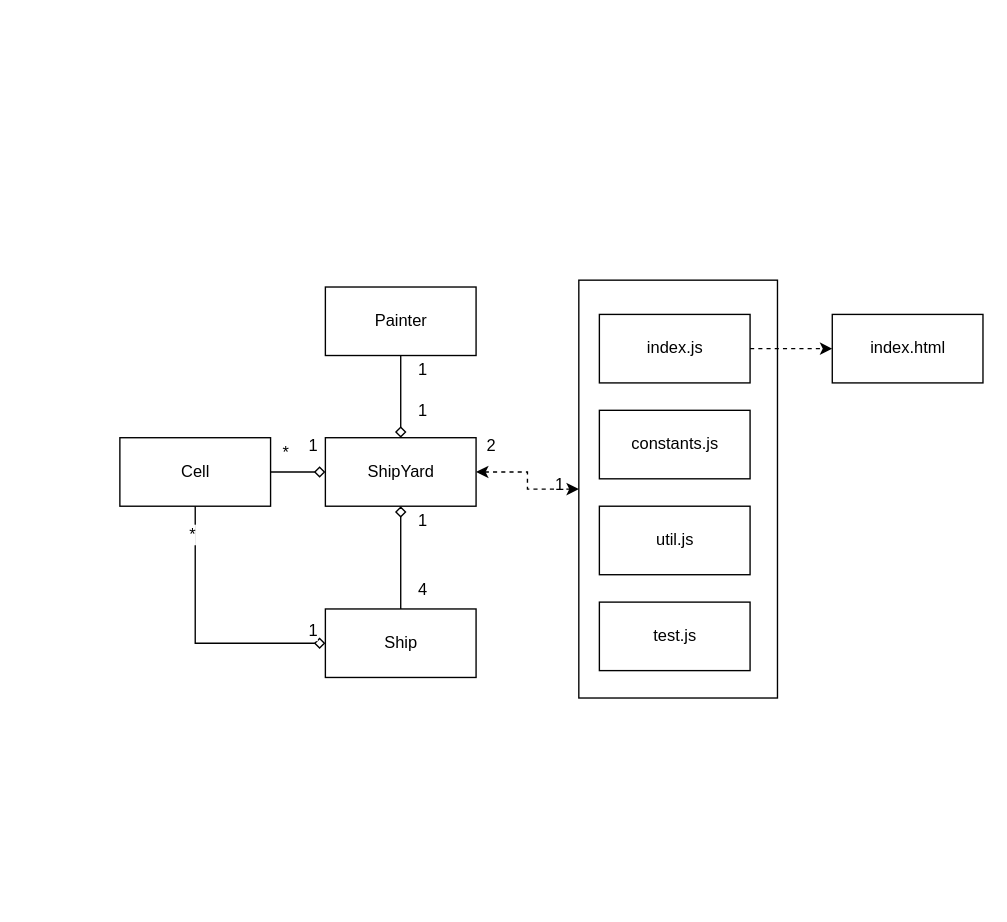
Before: diagram/Diagram.drawio.xml in oscarychen/battleshipJS, a draw.io diagram. Source tidied: cells renumbered, new cells numbered last; positions are measured from the earlier drawing's top-left corner, leaving out a move shared by most shapes. Both pictures are drawn from the tidied source at 137%, with x=0, y=0 at pixel (119, 279).
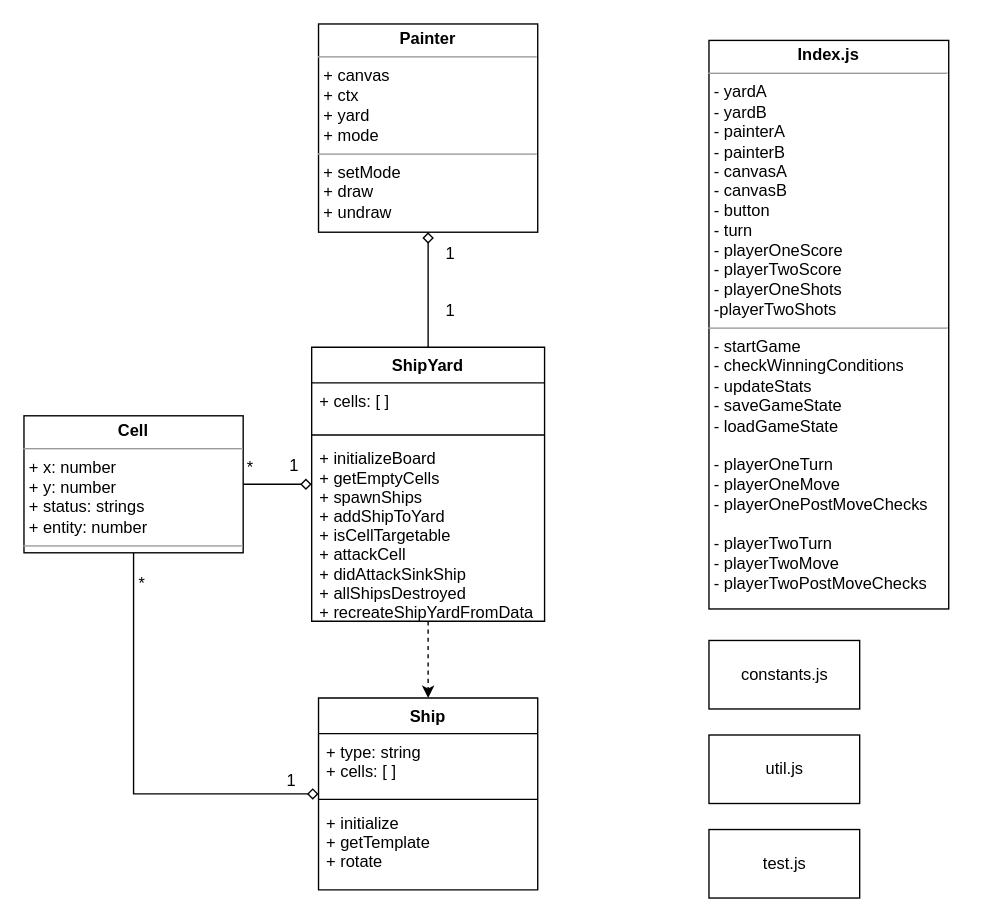
The same diagram, later.

What changed in the source:
```diff
@@
-    <mxCell id="2" style="html=1;" parent="1" vertex="1">
-      <mxGeometry x="335" width="145" height="305" as="geometry" />
-    </mxCell>
-    <mxCell id="3" style="edgeStyle=orthogonalEdgeStyle;rounded=0;jettySize=auto;html=1;exitX=0.5;exitY=0;exitDx=0;exitDy=0;entryX=0.5;entryY=1;entryDx=0;entryDy=0;endArrow=none;endFill=0;startArrow=diamond;startFill=0;" parent="1" edge="1" source="15" target="16">
+    <mxCell id="3" style="edgeStyle=orthogonalEdgeStyle;rounded=0;jettySize=auto;html=1;entryX=0.5;entryY=1;entryDx=0;entryDy=0;endArrow=diamond;endFill=0;startArrow=none;startFill=0;exitX=0.5;exitY=0;exitDx=0;exitDy=0;" parent="1" edge="1" source="15" target="35">
       <mxGeometry relative="1" as="geometry" />
     </mxCell>
@@
-    <mxCell id="6" style="edgeStyle=orthogonalEdgeStyle;rounded=0;jettySize=auto;html=1;entryX=0.5;entryY=0;entryDx=0;entryDy=0;startArrow=diamond;startFill=0;endArrow=none;endFill=0;" parent="1" edge="1" source="15" target="21">
-      <mxGeometry relative="1" as="geometry" />
-    </mxCell>
-    <mxCell id="7" value="1" style="text;html=1;align=center;verticalAlign=middle;labelBackgroundColor=#ffffff;" parent="6" vertex="1">
-      <mxGeometry x="-0.52" y="-1" relative="1" as="geometry">
-        <mxPoint x="16" y="-8" as="offset" />
-      </mxGeometry>
-    </mxCell>
-    <mxCell id="8" value="4" style="text;html=1;align=center;verticalAlign=middle;labelBackgroundColor=#ffffff;" parent="6" vertex="1">
-      <mxGeometry x="0.39" y="-1" relative="1" as="geometry">
-        <mxPoint x="16" y="8" as="offset" />
-      </mxGeometry>
-    </mxCell>
-    <mxCell id="9" style="edgeStyle=orthogonalEdgeStyle;rounded=0;jettySize=auto;html=1;exitX=0;exitY=0.5;exitDx=0;exitDy=0;entryX=1;entryY=0.5;entryDx=0;entryDy=0;startArrow=diamond;startFill=0;endArrow=none;endFill=0;" parent="1" edge="1" source="15" target="17">
+    <mxCell id="9" style="edgeStyle=orthogonalEdgeStyle;rounded=0;jettySize=auto;html=1;entryX=1;entryY=0.5;entryDx=0;entryDy=0;startArrow=diamond;startFill=0;endArrow=none;endFill=0;" parent="1" edge="1" source="15" target="31">
       <mxGeometry relative="1" as="geometry" />
     </mxCell>
     <mxCell id="10" value="1" style="text;html=1;align=center;verticalAlign=middle;labelBackgroundColor=#ffffff;" parent="9" vertex="1">
       <mxGeometry x="-0.15" relative="1" as="geometry">
-        <mxPoint x="7" y="-20" as="offset" />
+        <mxPoint x="7" y="-14" as="offset" />
       </mxGeometry>
     </mxCell>
     <mxCell id="11" value="*" style="text;html=1;align=center;verticalAlign=middle;labelBackgroundColor=#ffffff;" parent="9" vertex="1">
       <mxGeometry x="0.6" y="-2" relative="1" as="geometry">
-        <mxPoint x="2" y="-13" as="offset" />
+        <mxPoint x="-6" y="-11" as="offset" />
       </mxGeometry>
     </mxCell>
-    <mxCell id="12" style="edgeStyle=orthogonalEdgeStyle;rounded=0;jettySize=auto;html=1;exitX=1;exitY=0.5;exitDx=0;exitDy=0;entryX=0;entryY=0.5;entryDx=0;entryDy=0;startArrow=classic;startFill=1;endArrow=classic;endFill=1;dashed=1;" parent="1" edge="1" source="15" target="2">
-      <mxGeometry relative="1" as="geometry" />
-    </mxCell>
-    <mxCell id="13" value="1" style="text;html=1;align=center;verticalAlign=middle;labelBackgroundColor=#ffffff;" parent="12" vertex="1">
-      <mxGeometry x="0.66" y="3" relative="1" as="geometry" />
-    </mxCell>
-    <mxCell id="14" value="2" style="text;html=1;align=center;verticalAlign=middle;labelBackgroundColor=#ffffff;" parent="12" vertex="1">
-      <mxGeometry x="-0.7" relative="1" as="geometry">
-        <mxPoint x="-3" y="-20" as="offset" />
-      </mxGeometry>
-    </mxCell>
-    <mxCell id="15" value="ShipYard" style="html=1;" parent="1" vertex="1">
-      <mxGeometry x="150" y="115" width="110" height="50" as="geometry" />
-    </mxCell>
-    <mxCell id="16" value="Painter" style="html=1;" parent="1" vertex="1">
-      <mxGeometry x="150" y="5" width="110" height="50" as="geometry" />
-    </mxCell>
-    <mxCell id="17" value="Cell" style="html=1;" parent="1" vertex="1">
-      <mxGeometry y="115" width="110" height="50" as="geometry" />
-    </mxCell>
-    <mxCell id="18" style="edgeStyle=orthogonalEdgeStyle;rounded=0;jettySize=auto;html=1;startArrow=diamond;startFill=0;endArrow=none;endFill=0;" parent="1" edge="1" source="21" target="17">
-      <mxGeometry relative="1" as="geometry" />
+    <mxCell id="18" style="edgeStyle=orthogonalEdgeStyle;rounded=0;jettySize=auto;html=1;startArrow=diamond;startFill=0;endArrow=none;endFill=0;" parent="1" edge="1" source="21" target="31">
+      <mxGeometry relative="1" as="geometry">
+        <Array as="points">
+          <mxPoint x="10" y="375" />
+        </Array>
+      </mxGeometry>
     </mxCell>
+    <mxCell id="20" value="1" style="text;html=1;align=center;verticalAlign=middle;labelBackgroundColor=#ffffff;" parent="18" vertex="1">
+      <mxGeometry x="-0.81" relative="1" as="geometry">
+        <mxPoint x="9" y="-10" as="offset" />
+      </mxGeometry>
+    </mxCell>
     <mxCell id="19" value="*" style="text;html=1;align=center;verticalAlign=middle;labelBackgroundColor=#ffffff;" parent="18" vertex="1">
-      <mxGeometry x="0.79" y="3" relative="1" as="geometry" />
+      <mxGeometry x="0.84" y="-1" relative="1" as="geometry">
+        <mxPoint x="4" y="-3" as="offset" />
+      </mxGeometry>
     </mxCell>
-    <mxCell id="20" value="1" style="text;html=1;align=center;verticalAlign=middle;labelBackgroundColor=#ffffff;" parent="18" vertex="1">
-      <mxGeometry x="-0.81" relative="1" as="geometry">
-        <mxPoint x="9" y="-10" as="offset" />
-      </mxGeometry>
-    </mxCell>
-    <mxCell id="21" value="Ship" style="html=1;" parent="1" vertex="1">
-      <mxGeometry x="150" y="240" width="110" height="50" as="geometry" />
-    </mxCell>
-    <mxCell id="22" style="edgeStyle=orthogonalEdgeStyle;rounded=0;jettySize=auto;html=1;exitX=1;exitY=0.5;exitDx=0;exitDy=0;entryX=0;entryY=0.5;entryDx=0;entryDy=0;dashed=1;startArrow=none;startFill=0;endArrow=classic;endFill=1;" parent="1" edge="1" source="23" target="27">
-      <mxGeometry relative="1" as="geometry" />
-    </mxCell>
-    <mxCell id="23" value="index.js" style="html=1;" parent="1" vertex="1">
-      <mxGeometry x="350" y="25" width="110" height="50" as="geometry" />
-    </mxCell>
     <mxCell id="24" value="constants.js" style="html=1;" parent="1" vertex="1">
-      <mxGeometry x="350" y="95" width="110" height="50" as="geometry" />
+      <mxGeometry x="430" y="263" width="110" height="50" as="geometry" />
     </mxCell>
     <mxCell id="25" value="util.js" style="html=1;" parent="1" vertex="1">
-      <mxGeometry x="350" y="165" width="110" height="50" as="geometry" />
+      <mxGeometry x="430" y="332" width="110" height="50" as="geometry" />
     </mxCell>
     <mxCell id="26" value="test.js" style="html=1;" parent="1" vertex="1">
-      <mxGeometry x="350" y="235" width="110" height="50" as="geometry" />
+      <mxGeometry x="430" y="401" width="110" height="50" as="geometry" />
     </mxCell>
-    <mxCell id="27" value="index.html" style="html=1;" parent="1" vertex="1">
-      <mxGeometry x="520" y="25" width="110" height="50" as="geometry" />
-    </mxCell>
+    <mxCell id="6" style="edgeStyle=orthogonalEdgeStyle;rounded=0;jettySize=auto;html=1;entryX=0.5;entryY=0;entryDx=0;entryDy=0;dashed=1;" parent="1" edge="1" source="15" target="21">
+      <mxGeometry relative="1" as="geometry" />
+    </mxCell>
+    <mxCell id="15" value="ShipYard" style="swimlane;fontStyle=1;align=center;verticalAlign=top;horizontal=1;startSize=26;" parent="1" vertex="1">
+      <mxGeometry x="140" y="49" width="170" height="200" as="geometry" />
+    </mxCell>
+    <mxCell id="28" value="+ cells: [ ]" style="text;strokeColor=none;fillColor=none;align=left;verticalAlign=top;spacingLeft=4;spacingRight=4;overflow=hidden;" parent="15" vertex="1">
+      <mxGeometry y="26" width="170" height="34" as="geometry" />
+    </mxCell>
+    <mxCell id="29" style="line;strokeWidth=1;fillColor=none;align=left;verticalAlign=middle;spacingTop=-1;spacingLeft=3;spacingRight=3;labelPosition=right;" parent="15" vertex="1">
+      <mxGeometry y="60" width="170" height="8" as="geometry" />
+    </mxCell>
+    <mxCell id="30" value="+ initializeBoard&#10;+ getEmptyCells&#10;+ spawnShips&#10;+ addShipToYard&#10;+ isCellTargetable&#10;+ attackCell&#10;+ didAttackSinkShip&#10;+ allShipsDestroyed&#10;+ recreateShipYardFromData" style="text;strokeColor=none;fillColor=none;align=left;verticalAlign=top;spacingLeft=4;spacingRight=4;overflow=hidden;" parent="15" vertex="1">
+      <mxGeometry y="68" width="170" height="132" as="geometry" />
+    </mxCell>
+    <mxCell id="31" value="&lt;p style=&quot;margin: 0px ; margin-top: 4px ; text-align: center&quot;&gt;&lt;b&gt;Cell&lt;/b&gt;&lt;/p&gt;&lt;hr size=&quot;1&quot;&gt;&lt;p style=&quot;margin: 0px ; margin-left: 4px&quot;&gt;+ x: number&lt;/p&gt;&lt;p style=&quot;margin: 0px ; margin-left: 4px&quot;&gt;+ y: number&lt;/p&gt;&lt;p style=&quot;margin: 0px ; margin-left: 4px&quot;&gt;+ status: strings&lt;/p&gt;&lt;p style=&quot;margin: 0px ; margin-left: 4px&quot;&gt;+ entity: number&lt;/p&gt;&lt;hr size=&quot;1&quot;&gt;&lt;p style=&quot;margin: 0px ; margin-left: 4px&quot;&gt;&lt;br&gt;&lt;/p&gt;" style="verticalAlign=top;align=left;overflow=fill;fontSize=12;fontFamily=Helvetica;html=1;" parent="1" vertex="1">
+      <mxGeometry x="-70" y="99" width="160" height="100" as="geometry" />
+    </mxCell>
+    <mxCell id="21" value="Ship" style="swimlane;fontStyle=1;align=center;verticalAlign=top;horizontal=1;startSize=26;" parent="1" vertex="1">
+      <mxGeometry x="145" y="305" width="160" height="140" as="geometry" />
+    </mxCell>
+    <mxCell id="32" value="+ type: string&#10;+ cells: [ ]" style="text;strokeColor=none;fillColor=none;align=left;verticalAlign=top;spacingLeft=4;spacingRight=4;overflow=hidden;" parent="21" vertex="1">
+      <mxGeometry y="26" width="160" height="44" as="geometry" />
+    </mxCell>
+    <mxCell id="33" style="line;strokeWidth=1;fillColor=none;align=left;verticalAlign=middle;spacingTop=-1;spacingLeft=3;spacingRight=3;labelPosition=right;" parent="21" vertex="1">
+      <mxGeometry y="70" width="160" height="8" as="geometry" />
+    </mxCell>
+    <mxCell id="34" value="+ initialize&#10;+ getTemplate&#10;+ rotate" style="text;strokeColor=none;fillColor=none;align=left;verticalAlign=top;spacingLeft=4;spacingRight=4;overflow=hidden;" parent="21" vertex="1">
+      <mxGeometry y="78" width="160" height="62" as="geometry" />
+    </mxCell>
+    <mxCell id="35" value="&lt;p style=&quot;margin: 0px ; margin-top: 4px ; text-align: center&quot;&gt;&lt;b&gt;Painter&lt;/b&gt;&lt;/p&gt;&lt;hr size=&quot;1&quot;&gt;&lt;p style=&quot;margin: 0px ; margin-left: 4px&quot;&gt;+ canvas&lt;/p&gt;&lt;p style=&quot;margin: 0px ; margin-left: 4px&quot;&gt;+ ctx&lt;/p&gt;&lt;p style=&quot;margin: 0px ; margin-left: 4px&quot;&gt;+ yard&lt;/p&gt;&lt;p style=&quot;margin: 0px ; margin-left: 4px&quot;&gt;+ mode&lt;/p&gt;&lt;hr size=&quot;1&quot;&gt;&lt;p style=&quot;margin: 0px ; margin-left: 4px&quot;&gt;+ setMode&lt;/p&gt;&lt;p style=&quot;margin: 0px ; margin-left: 4px&quot;&gt;+ draw&lt;/p&gt;&lt;p style=&quot;margin: 0px ; margin-left: 4px&quot;&gt;+ undraw&lt;/p&gt;" style="verticalAlign=top;align=left;overflow=fill;fontSize=12;fontFamily=Helvetica;html=1;" parent="1" vertex="1">
+      <mxGeometry x="145" y="-187" width="160" height="152" as="geometry" />
+    </mxCell>
+    <mxCell id="36" value="&lt;p style=&quot;margin: 0px ; margin-top: 4px ; text-align: center&quot;&gt;&lt;b&gt;Index.js&lt;/b&gt;&lt;/p&gt;&lt;hr size=&quot;1&quot;&gt;&lt;p style=&quot;margin: 0px ; margin-left: 4px&quot;&gt;- yardA&lt;/p&gt;&lt;p style=&quot;margin: 0px ; margin-left: 4px&quot;&gt;- yardB&lt;/p&gt;&lt;p style=&quot;margin: 0px ; margin-left: 4px&quot;&gt;- painterA&lt;/p&gt;&lt;p style=&quot;margin: 0px ; margin-left: 4px&quot;&gt;- painterB&lt;/p&gt;&lt;p style=&quot;margin: 0px ; margin-left: 4px&quot;&gt;- canvasA&lt;/p&gt;&lt;p style=&quot;margin: 0px ; margin-left: 4px&quot;&gt;- canvasB&lt;/p&gt;&lt;p style=&quot;margin: 0px ; margin-left: 4px&quot;&gt;- button&lt;/p&gt;&lt;p style=&quot;margin: 0px ; margin-left: 4px&quot;&gt;- turn&lt;/p&gt;&lt;p style=&quot;margin: 0px ; margin-left: 4px&quot;&gt;- playerOneScore&lt;/p&gt;&lt;p style=&quot;margin: 0px ; margin-left: 4px&quot;&gt;- playerTwoScore&lt;/p&gt;&lt;p style=&quot;margin: 0px ; margin-left: 4px&quot;&gt;- playerOneShots&lt;/p&gt;&lt;p style=&quot;margin: 0px ; margin-left: 4px&quot;&gt;-playerTwoShots&lt;/p&gt;&lt;hr size=&quot;1&quot;&gt;&lt;p style=&quot;margin: 0px ; margin-left: 4px&quot;&gt;- startGame&lt;/p&gt;&lt;p style=&quot;margin: 0px ; margin-left: 4px&quot;&gt;- checkWinningConditions&lt;/p&gt;&lt;p style=&quot;margin: 0px ; margin-left: 4px&quot;&gt;- updateStats&lt;/p&gt;&lt;p style=&quot;margin: 0px ; margin-left: 4px&quot;&gt;- saveGameState&lt;/p&gt;&lt;p style=&quot;margin: 0px ; margin-left: 4px&quot;&gt;- loadGameState&lt;/p&gt;&lt;p style=&quot;margin: 0px ; margin-left: 4px&quot;&gt;&lt;br&gt;&lt;/p&gt;&lt;p style=&quot;margin: 0px ; margin-left: 4px&quot;&gt;- playerOneTurn&lt;/p&gt;&lt;p style=&quot;margin: 0px ; margin-left: 4px&quot;&gt;- playerOneMove&lt;/p&gt;&lt;p style=&quot;margin: 0px ; margin-left: 4px&quot;&gt;- playerOnePostMoveChecks&lt;/p&gt;&lt;p style=&quot;margin: 0px ; margin-left: 4px&quot;&gt;&lt;br&gt;&lt;/p&gt;&lt;p style=&quot;margin: 0px ; margin-left: 4px&quot;&gt;- playerTwoTurn&lt;/p&gt;&lt;p style=&quot;margin: 0px ; margin-left: 4px&quot;&gt;- playerTwoMove&lt;/p&gt;&lt;p style=&quot;margin: 0px ; margin-left: 4px&quot;&gt;- playerTwoPostMoveChecks&lt;/p&gt;" style="verticalAlign=top;align=left;overflow=fill;fontSize=12;fontFamily=Helvetica;html=1;" parent="1" vertex="1">
+      <mxGeometry x="430" y="-175" width="175" height="415" as="geometry" />
+    </mxCell>
```
